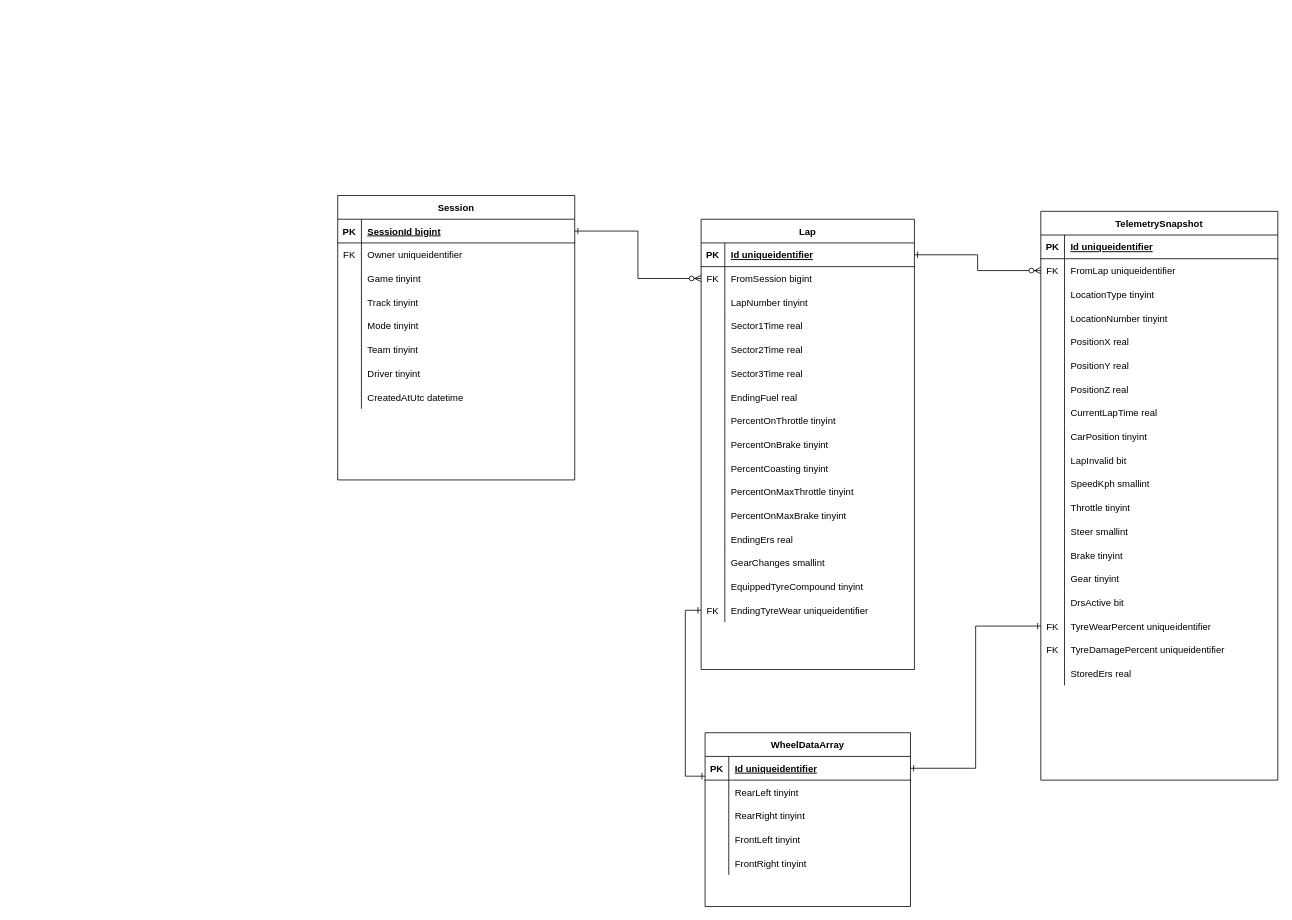
This is page "Sessions v2" (2 of 5) of ApexVisualErd.drawio from TimHanewich/ApexVisualLibrary, a draw.io file, before an edit. Source tidied: cells renumbered, new cells numbered last; positions are measured from the earlier drawing's top-left corner, leaving out a move shared by most shapes. Both pictures are drawn from the tidied source at 79%, with x=0, y=0 at pixel (337, 195).
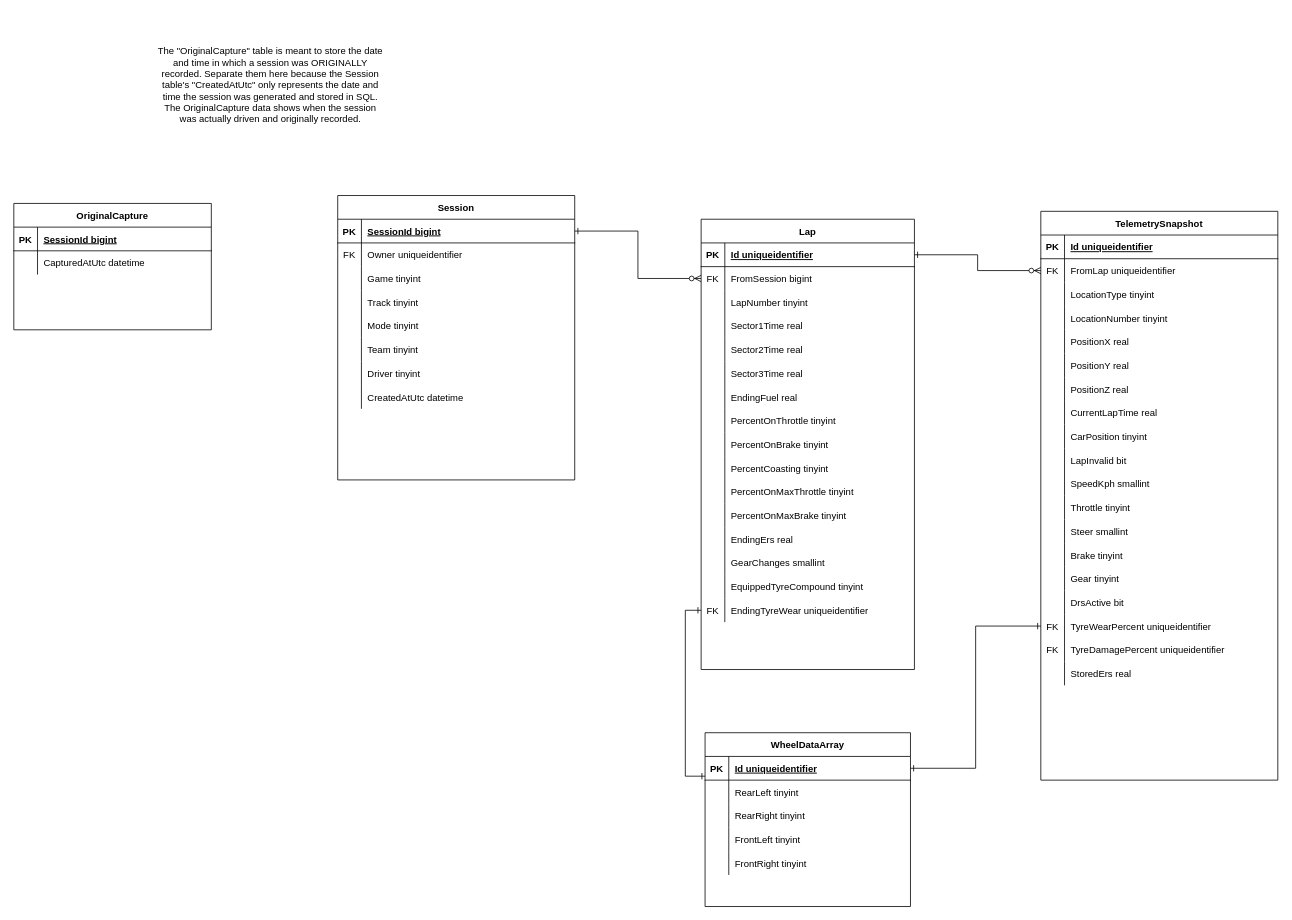
The same page after the edit.

Diff of the diagram source:
```diff
@@
+    <mxCell id="154" value="OriginalCapture" style="shape=table;startSize=30;childLayout=tableLayout;rowLines=0;fontStyle=1;align=center;" parent="1" vertex="1">
+      <mxGeometry x="-410" y="10" width="250" height="160" as="geometry" />
+    </mxCell>
+    <mxCell id="155" style="shape=partialRectangle;fillColor=none;top=0;left=0;bottom=1;right=0;" parent="154" vertex="1">
+      <mxGeometry y="30" width="250" height="30" as="geometry" />
+    </mxCell>
+    <mxCell id="156" value="PK" style="shape=partialRectangle;fillColor=none;top=0;left=0;bottom=0;right=0;fontStyle=1;overflow=hidden;" parent="155" vertex="1">
+      <mxGeometry width="30" height="30" as="geometry" />
+    </mxCell>
+    <mxCell id="157" value="SessionId bigint" style="shape=partialRectangle;fillColor=none;top=0;left=0;bottom=0;right=0;align=left;spacingLeft=6;fontStyle=5;overflow=hidden;" parent="155" vertex="1">
+      <mxGeometry x="30" width="220" height="30" as="geometry" />
+    </mxCell>
+    <mxCell id="158" style="shape=partialRectangle;fillColor=none;top=0;left=0;bottom=0;right=0;" parent="154" vertex="1">
+      <mxGeometry y="60" width="250" height="30" as="geometry" />
+    </mxCell>
+    <mxCell id="159" style="shape=partialRectangle;fillColor=none;top=0;left=0;bottom=0;right=0;overflow=hidden;" parent="158" vertex="1">
+      <mxGeometry width="30" height="30" as="geometry" />
+    </mxCell>
+    <mxCell id="160" value="CapturedAtUtc datetime" style="shape=partialRectangle;fillColor=none;top=0;left=0;bottom=0;right=0;align=left;spacingLeft=6;overflow=hidden;" parent="158" vertex="1">
+      <mxGeometry x="30" width="220" height="30" as="geometry" />
+    </mxCell>
+    <mxCell id="161" value="The &quot;OriginalCapture&quot; table is meant to store the date and time in which a session was ORIGINALLY recorded. Separate them here because the Session table's &quot;CreatedAtUtc&quot; only represents the date and time the session was generated and stored in SQL. The OriginalCapture data shows when the session was actually driven and originally recorded." style="text;html=1;strokeColor=none;fillColor=none;align=center;verticalAlign=middle;whiteSpace=wrap;rounded=0;" parent="1" vertex="1">
+      <mxGeometry x="-230" y="-230" width="290" height="180" as="geometry" />
+    </mxCell>
```
